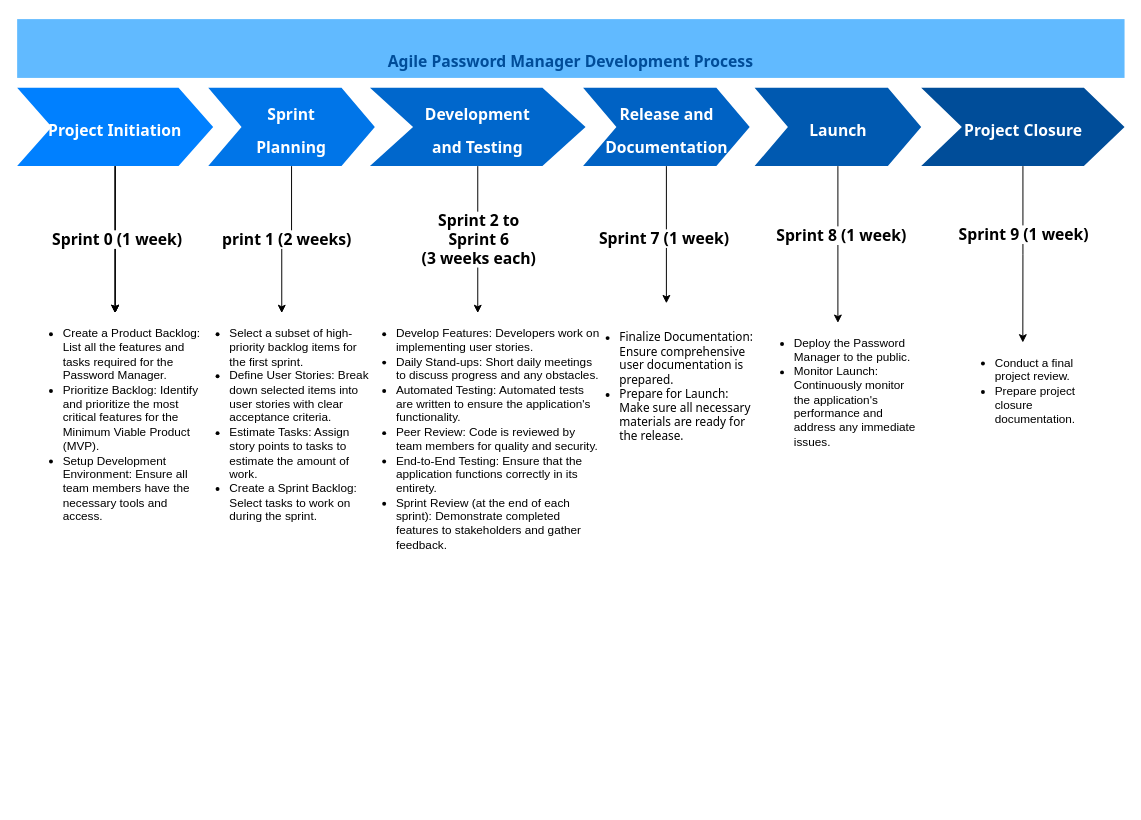
Above: Untitled Diagram.drawio in kiethoang1411/PasswordManager (draw.io), before the change. Source tidied: cells renumbered, new cells numbered last; positions are measured from the earlier drawing's top-left corner, leaving out a move shared by most shapes. Both pictures are drawn from the tidied source at 98%, with x=0, y=0 at pixel (17, 19).
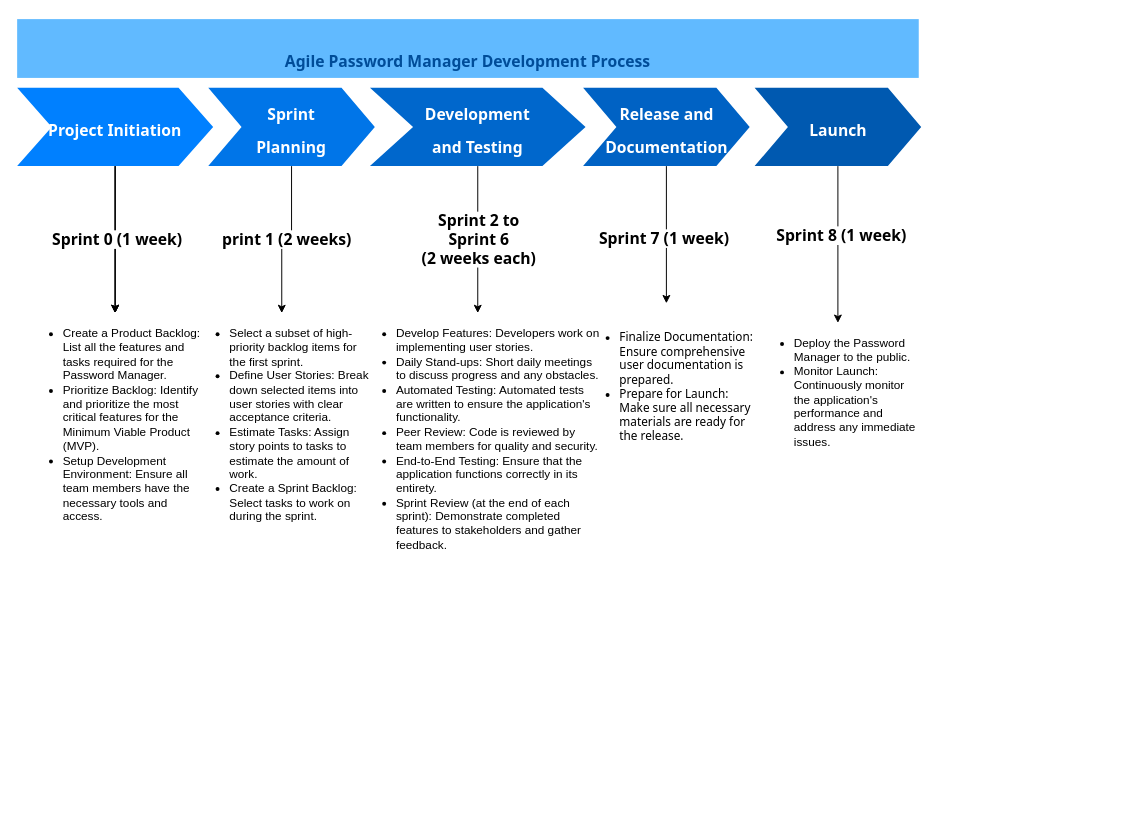
After the change.

The change refers to these unchanged cells:
```xml
<mxCell id="10" style="edgeStyle=orthogonalEdgeStyle;rounded=0;jettySize=auto;html=1;exitX=0.5;exitY=1;exitDx=0;exitDy=0;entryX=0.5;entryY=0;entryDx=0;entryDy=0;" parent="1" edge="1" source="12" target="25">
  <mxGeometry relative="1" as="geometry" />
</mxCell>
```

What changed in the source:
```diff
@@
-    <mxCell id="11" value="&lt;strong style=&quot;font-size: 16px; border: 0px solid rgb(217, 217, 227); box-sizing: border-box; margin-top: 1.25em; font-family: Söhne, ui-sans-serif, system-ui, -apple-system, &amp;quot;Segoe UI&amp;quot;, Roboto, Ubuntu, Cantarell, &amp;quot;Noto Sans&amp;quot;, sans-serif, &amp;quot;Helvetica Neue&amp;quot;, Arial, &amp;quot;Apple Color Emoji&amp;quot;, &amp;quot;Segoe UI Emoji&amp;quot;, &amp;quot;Segoe UI Symbol&amp;quot;, &amp;quot;Noto Color Emoji&amp;quot;; text-align: left;&quot;&gt;Sprint 2 to &lt;br&gt;Sprint 6 &lt;br&gt;(3 weeks each)&lt;/strong&gt;" style="edgeLabel;html=1;align=center;verticalAlign=middle;" parent="10" vertex="1">
+    <mxCell id="11" value="&lt;strong style=&quot;font-size: 16px; border: 0px solid rgb(217, 217, 227); box-sizing: border-box; margin-top: 1.25em; font-family: Söhne, ui-sans-serif, system-ui, -apple-system, &amp;quot;Segoe UI&amp;quot;, Roboto, Ubuntu, Cantarell, &amp;quot;Noto Sans&amp;quot;, sans-serif, &amp;quot;Helvetica Neue&amp;quot;, Arial, &amp;quot;Apple Color Emoji&amp;quot;, &amp;quot;Segoe UI Emoji&amp;quot;, &amp;quot;Segoe UI Symbol&amp;quot;, &amp;quot;Noto Color Emoji&amp;quot;; text-align: left;&quot;&gt;Sprint 2 to &lt;br&gt;Sprint 6 &lt;br&gt;(2 weeks each)&lt;/strong&gt;" style="edgeLabel;html=1;align=center;verticalAlign=middle;" parent="10" vertex="1">
       <mxGeometry x="-0.02" relative="1" as="geometry" />
     </mxCell>
@@
-    <mxCell id="19" style="edgeStyle=orthogonalEdgeStyle;rounded=0;jettySize=auto;html=1;" parent="1" edge="1" source="21" target="28">
-      <mxGeometry relative="1" as="geometry" />
-    </mxCell>
-    <mxCell id="20" value="&lt;strong style=&quot;font-size: 16px; border: 0px solid rgb(217, 217, 227); box-sizing: border-box; margin-top: 1.25em; font-family: Söhne, ui-sans-serif, system-ui, -apple-system, &amp;quot;Segoe UI&amp;quot;, Roboto, Ubuntu, Cantarell, &amp;quot;Noto Sans&amp;quot;, sans-serif, &amp;quot;Helvetica Neue&amp;quot;, Arial, &amp;quot;Apple Color Emoji&amp;quot;, &amp;quot;Segoe UI Emoji&amp;quot;, &amp;quot;Segoe UI Symbol&amp;quot;, &amp;quot;Noto Color Emoji&amp;quot;; text-align: left;&quot;&gt;Sprint 9 (1 week)&lt;/strong&gt;" style="edgeLabel;html=1;align=center;verticalAlign=middle;" parent="19" vertex="1">
-      <mxGeometry x="0.09" relative="1" as="geometry">
-        <mxPoint y="-28" as="offset" />
-      </mxGeometry>
-    </mxCell>
-    <mxCell id="21" value="&lt;strong style=&quot;caret-color: rgb(0, 0, 0); font-size: 16px; text-align: start; border: 0px solid rgb(217, 217, 227); box-sizing: border-box; font-family: Söhne, ui-sans-serif, system-ui, -apple-system, &amp;quot;Segoe UI&amp;quot;, Roboto, Ubuntu, Cantarell, &amp;quot;Noto Sans&amp;quot;, sans-serif, &amp;quot;Helvetica Neue&amp;quot;, Arial, &amp;quot;Apple Color Emoji&amp;quot;, &amp;quot;Segoe UI Emoji&amp;quot;, &amp;quot;Segoe UI Symbol&amp;quot;, &amp;quot;Noto Color Emoji&amp;quot;;&quot;&gt;Project Closure&lt;/strong&gt;" style="shape=step;whiteSpace=wrap;html=1;fontSize=28;fillColor=#004D99;fontColor=#FFFFFF;strokeColor=none;" parent="1" vertex="1">
-      <mxGeometry x="922.5" y="70" width="207.5" height="80" as="geometry" />
-    </mxCell>
     <mxCell id="22" value="&lt;strong style=&quot;caret-color: rgb(0, 0, 0); font-size: 16px; text-align: start; border: 0px solid rgb(217, 217, 227); box-sizing: border-box; font-family: Söhne, ui-sans-serif, system-ui, -apple-system, &amp;quot;Segoe UI&amp;quot;, Roboto, Ubuntu, Cantarell, &amp;quot;Noto Sans&amp;quot;, sans-serif, &amp;quot;Helvetica Neue&amp;quot;, Arial, &amp;quot;Apple Color Emoji&amp;quot;, &amp;quot;Segoe UI Emoji&amp;quot;, &amp;quot;Segoe UI Symbol&amp;quot;, &amp;quot;Noto Color Emoji&amp;quot;;&quot;&gt;Agile Password Manager Development Process&lt;/strong&gt;" style="text;html=1;strokeColor=none;fillColor=#61BAFF;align=center;verticalAlign=middle;whiteSpace=wrap;fontSize=54;fontStyle=1;fontColor=#004D99;" parent="1" vertex="1">
-      <mxGeometry width="1130" height="60" as="geometry" />
+      <mxGeometry width="920" height="60" as="geometry" />
     </mxCell>
@@
-    <mxCell id="28" value="&lt;div&gt;&lt;ul&gt;&lt;li&gt;Conduct a final project review.&lt;br&gt;&lt;/li&gt;&lt;li&gt;Prepare project closure documentation.&lt;br&gt;&lt;/li&gt;&lt;/ul&gt;&lt;/div&gt;&lt;div&gt;&lt;br&gt;&lt;/div&gt;" style="text;spacingTop=-5;fillColor=#ffffff;whiteSpace=wrap;html=1;align=left;fontSize=12;fontFamily=Helvetica;fillColor=none;strokeColor=none;" parent="1" vertex="1">
-      <mxGeometry x="956.2" y="330" width="140" height="470" as="geometry" />
-    </mxCell>
```
